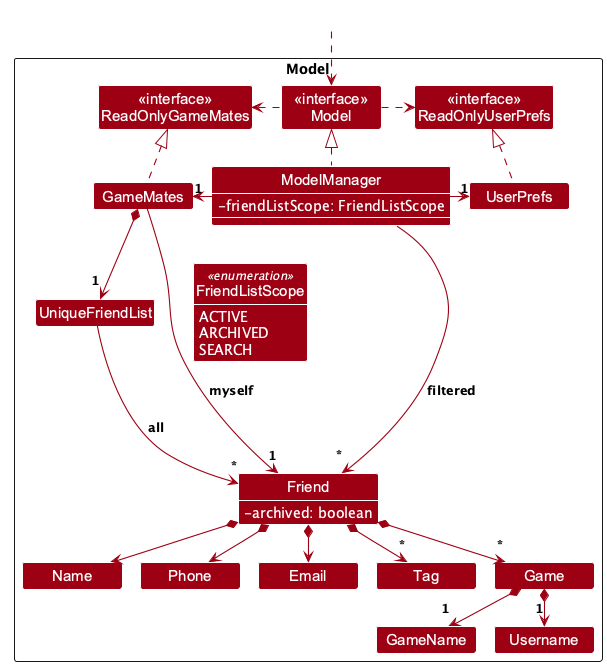
The PlantUML diagram images/ModelClassDiagram.png in AY2627S1-CS2103T-W14-3/tp, before a commit.
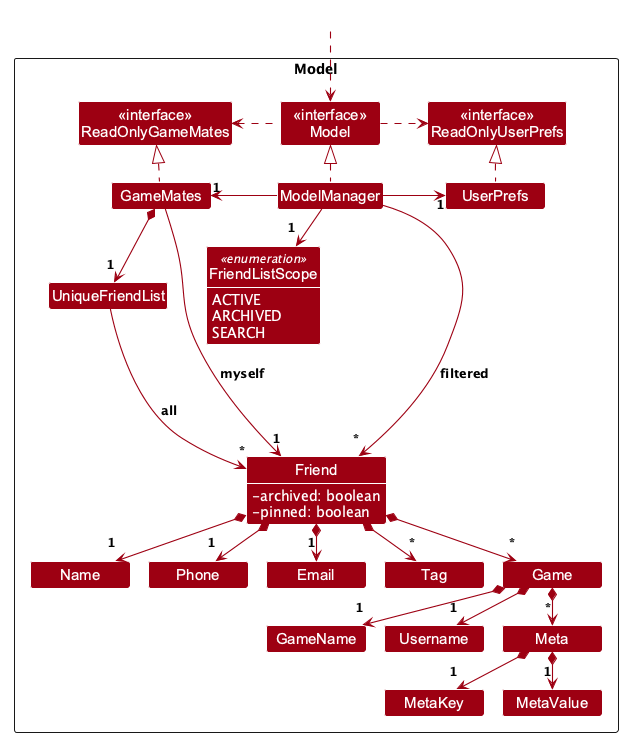
After the commit.

What changed in the source:
```diff
@@ -15,9 +15,7 @@
 Class "<<interface>>\nReadOnlyUserPrefs" as ReadOnlyUserPrefs
 Class "<<interface>>\nModel" as Model
 Class GameMates
-Class ModelManager {
-    -friendListScope: FriendListScope
-}
+Class ModelManager
 enum FriendListScope <<enumeration>> {
     ACTIVE
     ARCHIVED
@@ -28,6 +26,7 @@
 Class UniqueFriendList
 Class Friend {
     -archived: boolean
+    -pinned: boolean
 }
 Class Email
 Class Name
@@ -36,6 +35,9 @@
 Class Game
 Class GameName
 Class Username
+Class Meta
+Class MetaKey
+Class MetaValue
 
 Class I #FFFFFF
 }
@@ -45,29 +47,31 @@
 
 show Friend attributes
 show FriendListScope members
-show ModelManager members
 hide FriendListScope methods
 
 GameMates .up.|> ReadOnlyGameMates
 
 ModelManager .up.|> Model
-Model .right.> ReadOnlyUserPrefs
-Model .left.> ReadOnlyGameMates
-ModelManager -left-> "1" GameMates
-ModelManager -right-> "1" UserPrefs
-ModelManager -[hidden]down-> FriendListScope
+Model .right.> ReadOnlyUserPrefs : <color:#FFFFFF>____</color>
+Model .left.> ReadOnlyGameMates : <color:#FFFFFF>____</color>
+ModelManager -left-> "1" GameMates : <color:#FFFFFF>______</color>
+ModelManager -right-> "1" UserPrefs : <color:#FFFFFF>______</color>
+ModelManager --> "1\n<size:6> </size>" FriendListScope
 UserPrefs .up.|> ReadOnlyUserPrefs
 
 GameMates *--> "1\n<size:6> </size>" UniqueFriendList
 UniqueFriendList --> "*\n<size:6> </size>" Friend : all
 GameMates --> "1\n<size:6> </size>" Friend : myself
-Friend *--> Name
-Friend *--> Phone
-Friend *--> Email
+Friend *--> "1\n<size:6> </size>" Name
+Friend *--> "1\n<size:6> </size>" Phone
+Friend *--> "1\n<size:6> </size>" Email
 Friend *--> "*\n<size:6> </size>" Tag
 Friend *--> "*\n<size:6> </size>" Game
 Game *--> "1\n<size:6> </size>" GameName
 Game *--> "1\n<size:6> </size>" Username
+Game *--> "*\n<size:6> </size>" Meta
+Meta *--> "1\n<size:6> </size>" MetaKey
+Meta *--> "1\n<size:6> </size>" MetaValue
 
 Friend -[hidden]up--> I
 UniqueFriendList -[hidden]right-> I
```
